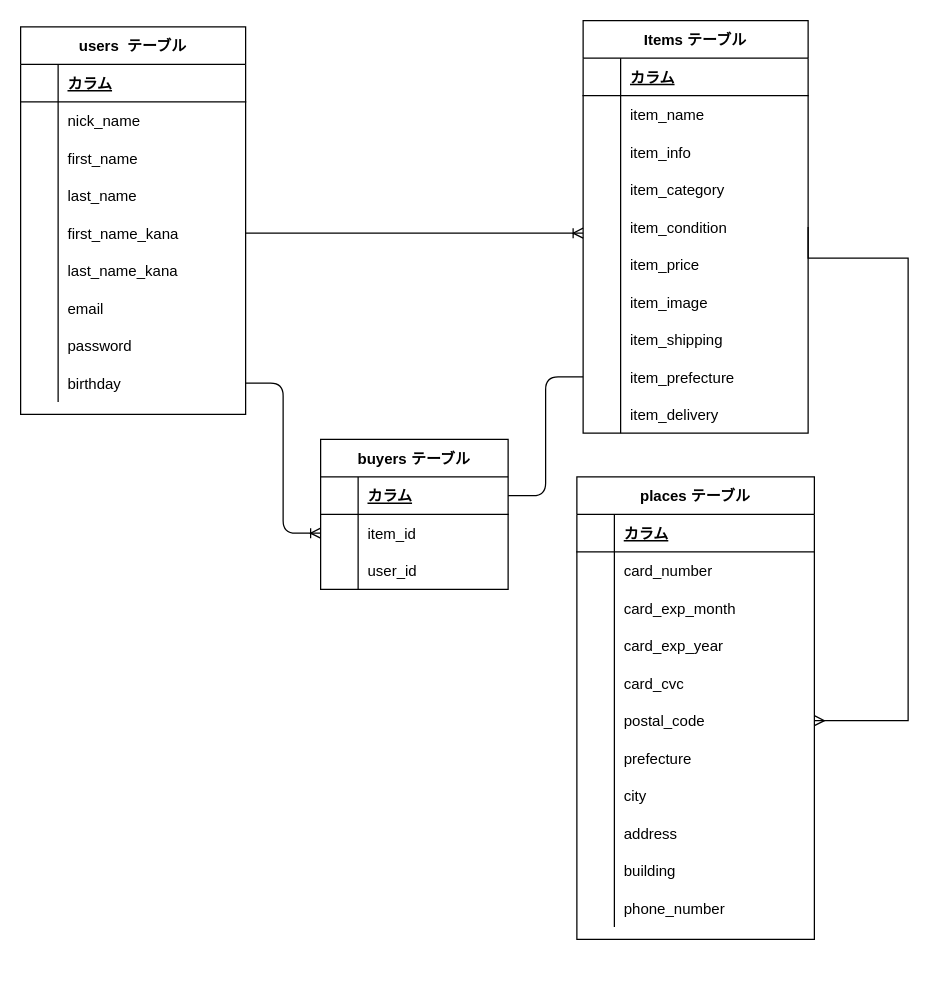
hikaru426/furima-31775 keeps this draw.io diagram as test.dio. Above is the earlier version. Source tidied: cells renumbered, new cells numbered last; positions are measured from the earlier drawing's top-left corner, leaving out a move shared by most shapes. Both pictures are drawn from the tidied source at 125%, with x=0, y=0 at pixel (20, 20).
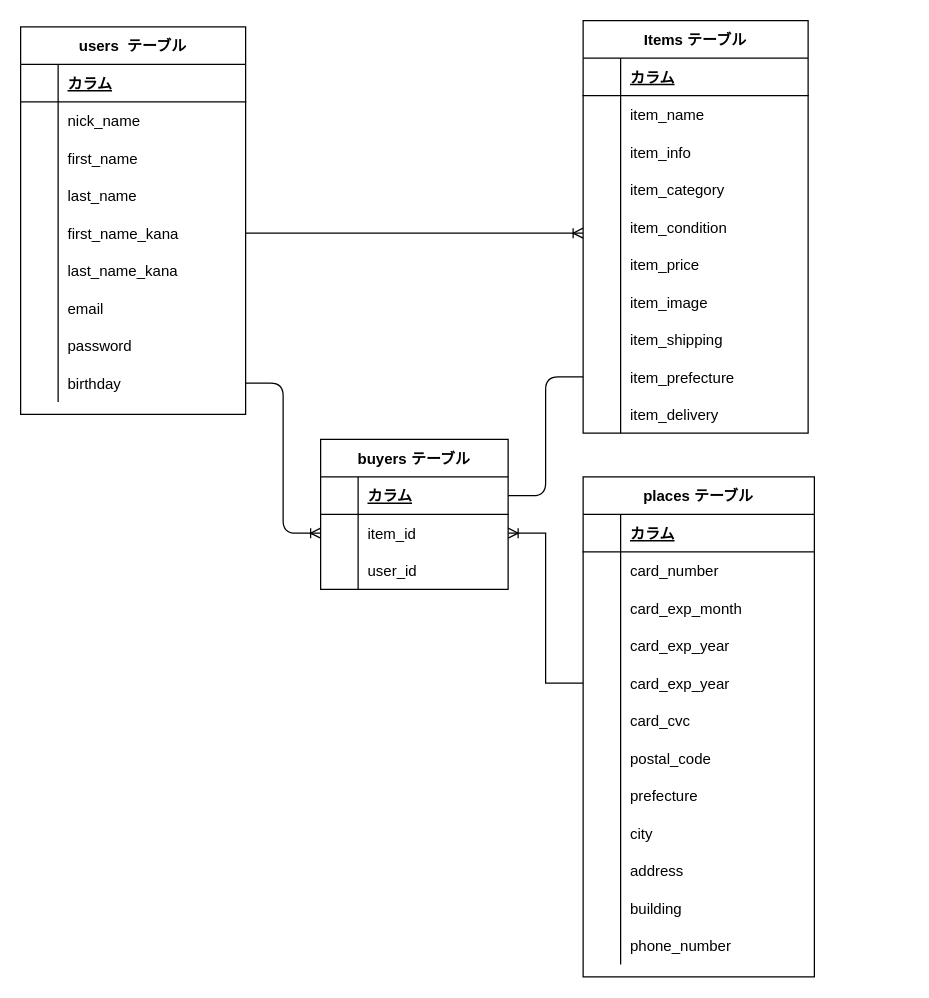
Above is the later version.

Unchanged cells that the change refers to:
```xml
<mxCell id="10" style="shape=partialRectangle;fillColor=none;top=0;left=0;bottom=0;right=0;points=[[0,0.5],[1,0.5]];portConstraint=eastwest;" parent="6" vertex="1">
  <mxGeometry y="60" width="150" height="30" as="geometry" />
</mxCell>
<mxCell id="29" style="shape=partialRectangle;fillColor=none;top=0;left=0;bottom=0;right=0;points=[[0,0.5],[1,0.5]];portConstraint=eastwest;" parent="16" vertex="1">
  <mxGeometry y="150" width="180" height="30" as="geometry" />
</mxCell>
```

What changed in the source:
```diff
@@
-    <mxCell id="5" style="edgeStyle=orthogonalEdgeStyle;rounded=0;jettySize=auto;html=1;endArrow=ERmany;endFill=0;startArrow=none;startFill=0;exitX=1;exitY=0.5;exitDx=0;exitDy=0;entryX=1;entryY=0.5;entryDx=0;entryDy=0;" parent="1" edge="1" source="29" target="91">
-      <mxGeometry relative="1" as="geometry">
-        <Array as="points">
-          <mxPoint x="630" y="190" />
-          <mxPoint x="710" y="190" />
-          <mxPoint x="710" y="560" />
-        </Array>
-      </mxGeometry>
-    </mxCell>
@@
     <mxCell id="75" value="places テーブル" style="shape=table;startSize=30;childLayout=tableLayout;rowLines=0;fontStyle=1;align=center;" parent="1" vertex="1">
-      <mxGeometry x="445" y="365" width="190" height="370" as="geometry" />
+      <mxGeometry x="450" y="365" width="185" height="400" as="geometry" />
     </mxCell>
     <mxCell id="76" style="shape=partialRectangle;fillColor=none;top=0;left=0;bottom=1;right=0;" parent="75" vertex="1">
-      <mxGeometry y="30" width="190" height="30" as="geometry" />
+      <mxGeometry y="30" width="185" height="30" as="geometry" />
     </mxCell>
@@
     <mxCell id="78" value="カラム" style="shape=partialRectangle;fillColor=none;top=0;left=0;bottom=0;right=0;align=left;spacingLeft=6;fontStyle=5;overflow=hidden;" parent="76" vertex="1">
-      <mxGeometry x="30" width="160" height="30" as="geometry" />
+      <mxGeometry x="30" width="155" height="30" as="geometry" />
     </mxCell>
     <mxCell id="79" style="shape=partialRectangle;fillColor=none;top=0;left=0;bottom=0;right=0;" parent="75" vertex="1">
-      <mxGeometry y="60" width="190" height="30" as="geometry" />
+      <mxGeometry y="60" width="185" height="30" as="geometry" />
     </mxCell>
@@
     <mxCell id="81" value="card_number" style="shape=partialRectangle;fillColor=none;top=0;left=0;bottom=0;right=0;align=left;spacingLeft=6;overflow=hidden;" parent="79" vertex="1">
-      <mxGeometry x="30" width="160" height="30" as="geometry" />
+      <mxGeometry x="30" width="155" height="30" as="geometry" />
     </mxCell>
     <mxCell id="82" style="shape=partialRectangle;fillColor=none;top=0;left=0;bottom=0;right=0;" parent="75" vertex="1">
-      <mxGeometry y="90" width="190" height="30" as="geometry" />
+      <mxGeometry y="90" width="185" height="30" as="geometry" />
     </mxCell>
@@
     <mxCell id="84" value="card_exp_month" style="shape=partialRectangle;fillColor=none;top=0;left=0;bottom=0;right=0;align=left;spacingLeft=6;overflow=hidden;" parent="82" vertex="1">
-      <mxGeometry x="30" width="160" height="30" as="geometry" />
+      <mxGeometry x="30" width="155" height="30" as="geometry" />
     </mxCell>
     <mxCell id="85" style="shape=partialRectangle;fillColor=none;top=0;left=0;bottom=0;right=0;" parent="75" vertex="1">
-      <mxGeometry y="120" width="190" height="30" as="geometry" />
+      <mxGeometry y="120" width="185" height="30" as="geometry" />
     </mxCell>
@@
     <mxCell id="87" value="card_exp_year" style="shape=partialRectangle;fillColor=none;top=0;left=0;bottom=0;right=0;align=left;spacingLeft=6;overflow=hidden;" parent="85" vertex="1">
-      <mxGeometry x="30" width="160" height="30" as="geometry" />
+      <mxGeometry x="30" width="155" height="30" as="geometry" />
     </mxCell>
+    <mxCell id="109" style="shape=partialRectangle;fillColor=none;top=0;left=0;bottom=0;right=0;points=[[0,0.5],[1,0.5]];portConstraint=eastwest;" parent="75" vertex="1">
+      <mxGeometry y="150" width="185" height="30" as="geometry" />
+    </mxCell>
+    <mxCell id="110" style="shape=partialRectangle;fillColor=none;top=0;left=0;bottom=0;right=0;overflow=hidden;" parent="109" vertex="1">
+      <mxGeometry width="30" height="30" as="geometry" />
+    </mxCell>
+    <mxCell id="111" value="card_exp_year" style="shape=partialRectangle;fillColor=none;top=0;left=0;bottom=0;right=0;align=left;spacingLeft=6;overflow=hidden;" parent="109" vertex="1">
+      <mxGeometry x="30" width="155" height="30" as="geometry" />
+    </mxCell>
     <mxCell id="88" style="shape=partialRectangle;fillColor=none;top=0;left=0;bottom=0;right=0;" parent="75" vertex="1">
-      <mxGeometry y="150" width="190" height="30" as="geometry" />
+      <mxGeometry y="180" width="185" height="30" as="geometry" />
     </mxCell>
@@
     <mxCell id="90" value="card_cvc" style="shape=partialRectangle;fillColor=none;top=0;left=0;bottom=0;right=0;align=left;spacingLeft=6;overflow=hidden;" parent="88" vertex="1">
-      <mxGeometry x="30" width="160" height="30" as="geometry" />
+      <mxGeometry x="30" width="155" height="30" as="geometry" />
     </mxCell>
     <mxCell id="91" style="shape=partialRectangle;fillColor=none;top=0;left=0;bottom=0;right=0;points=[[0,0.5],[1,0.5]];portConstraint=eastwest;" parent="75" vertex="1">
-      <mxGeometry y="180" width="190" height="30" as="geometry" />
+      <mxGeometry y="210" width="185" height="30" as="geometry" />
     </mxCell>
@@
     <mxCell id="93" value="postal_code" style="shape=partialRectangle;fillColor=none;top=0;left=0;bottom=0;right=0;align=left;spacingLeft=6;overflow=hidden;" parent="91" vertex="1">
-      <mxGeometry x="30" width="160" height="30" as="geometry" />
+      <mxGeometry x="30" width="155" height="30" as="geometry" />
     </mxCell>
     <mxCell id="94" style="shape=partialRectangle;fillColor=none;top=0;left=0;bottom=0;right=0;" parent="75" vertex="1">
-      <mxGeometry y="210" width="190" height="30" as="geometry" />
+      <mxGeometry y="240" width="185" height="30" as="geometry" />
     </mxCell>
@@
     <mxCell id="96" value="prefecture" style="shape=partialRectangle;fillColor=none;top=0;left=0;bottom=0;right=0;align=left;spacingLeft=6;overflow=hidden;" parent="94" vertex="1">
-      <mxGeometry x="30" width="160" height="30" as="geometry" />
+      <mxGeometry x="30" width="155" height="30" as="geometry" />
     </mxCell>
     <mxCell id="97" style="shape=partialRectangle;fillColor=none;top=0;left=0;bottom=0;right=0;" parent="75" vertex="1">
-      <mxGeometry y="240" width="190" height="30" as="geometry" />
+      <mxGeometry y="270" width="185" height="30" as="geometry" />
     </mxCell>
@@
     <mxCell id="99" value="city" style="shape=partialRectangle;fillColor=none;top=0;left=0;bottom=0;right=0;align=left;spacingLeft=6;overflow=hidden;" parent="97" vertex="1">
-      <mxGeometry x="30" width="160" height="30" as="geometry" />
+      <mxGeometry x="30" width="155" height="30" as="geometry" />
     </mxCell>
     <mxCell id="100" style="shape=partialRectangle;fillColor=none;top=0;left=0;bottom=0;right=0;" parent="75" vertex="1">
-      <mxGeometry y="270" width="190" height="30" as="geometry" />
+      <mxGeometry y="300" width="185" height="30" as="geometry" />
     </mxCell>
@@
     <mxCell id="102" value="address" style="shape=partialRectangle;fillColor=none;top=0;left=0;bottom=0;right=0;align=left;spacingLeft=6;overflow=hidden;" parent="100" vertex="1">
-      <mxGeometry x="30" width="160" height="30" as="geometry" />
+      <mxGeometry x="30" width="155" height="30" as="geometry" />
     </mxCell>
     <mxCell id="103" style="shape=partialRectangle;fillColor=none;top=0;left=0;bottom=0;right=0;" parent="75" vertex="1">
-      <mxGeometry y="300" width="190" height="30" as="geometry" />
+      <mxGeometry y="330" width="185" height="30" as="geometry" />
     </mxCell>
@@
     <mxCell id="105" value="building" style="shape=partialRectangle;fillColor=none;top=0;left=0;bottom=0;right=0;align=left;spacingLeft=6;overflow=hidden;" parent="103" vertex="1">
-      <mxGeometry x="30" width="160" height="30" as="geometry" />
+      <mxGeometry x="30" width="155" height="30" as="geometry" />
     </mxCell>
     <mxCell id="106" style="shape=partialRectangle;fillColor=none;top=0;left=0;bottom=0;right=0;" parent="75" vertex="1">
-      <mxGeometry y="330" width="190" height="30" as="geometry" />
+      <mxGeometry y="360" width="185" height="30" as="geometry" />
     </mxCell>
@@
     <mxCell id="108" value="phone_number" style="shape=partialRectangle;fillColor=none;top=0;left=0;bottom=0;right=0;align=left;spacingLeft=6;overflow=hidden;" parent="106" vertex="1">
-      <mxGeometry x="30" width="160" height="30" as="geometry" />
+      <mxGeometry x="30" width="155" height="30" as="geometry" />
     </mxCell>
+    <mxCell id="112" style="edgeStyle=elbowEdgeStyle;rounded=0;jettySize=auto;html=1;exitX=1;exitY=0.5;exitDx=0;exitDy=0;entryX=0;entryY=0.5;entryDx=0;entryDy=0;startArrow=ERoneToMany;startFill=0;endArrow=none;endFill=0;" parent="1" edge="1" source="10" target="109">
+      <mxGeometry relative="1" as="geometry" />
+    </mxCell>
```
